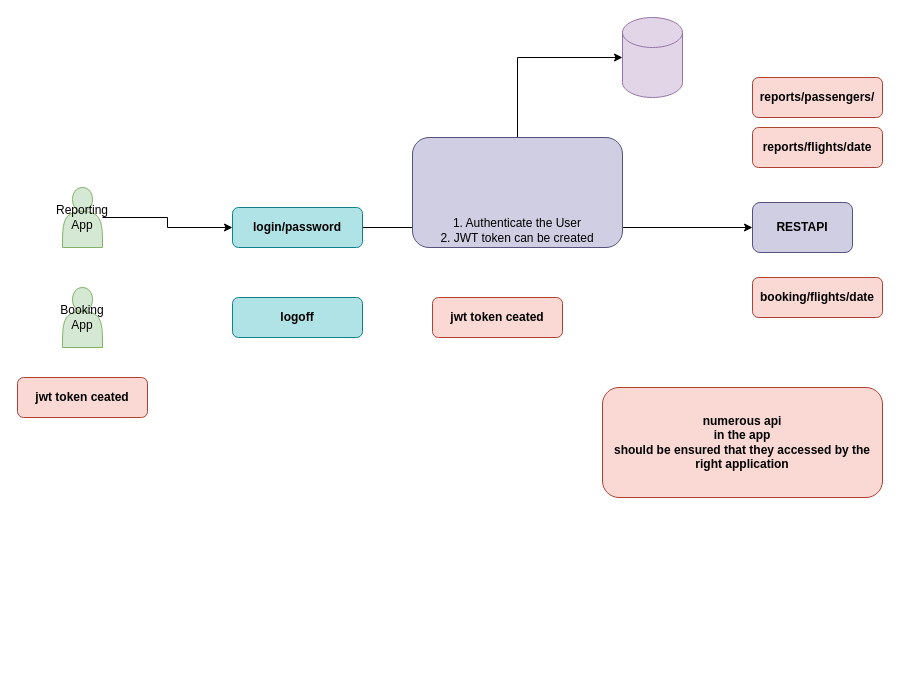
Earlier version of the draw.io diagram page "Authentication" (8 of 8) of ANGULAR/Angular.drawio (nathub071122/natGIT). Source tidied: cells renumbered, new cells numbered last; positions are measured from the earlier drawing's top-left corner, leaving out a move shared by most shapes. Both pictures are drawn from the tidied source at 100%, with x=0, y=0 at pixel (17, 17).
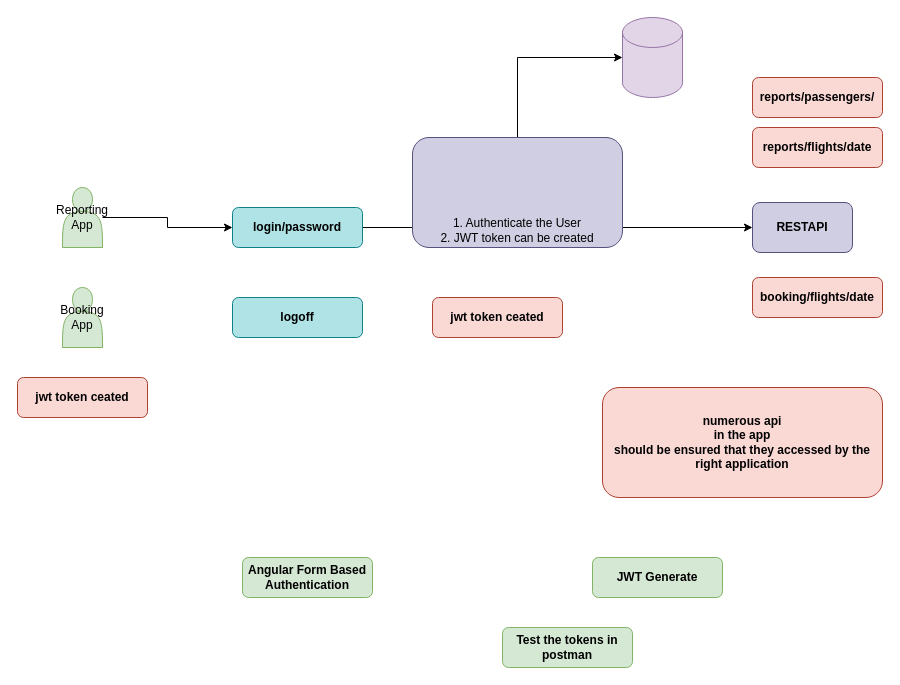
The same diagram, later.

What changed in the source:
```diff
@@
+    <mxCell id="18" value="Angular Form Based Authentication" style="rounded=1;whiteSpace=wrap;html=1;fillColor=#d5e8d4;strokeColor=#82b366;fontStyle=1;verticalAlign=middle;" parent="1" vertex="1">
+      <mxGeometry x="225" y="540" width="130" height="40" as="geometry" />
+    </mxCell>
+    <mxCell id="19" value="JWT Generate" style="rounded=1;whiteSpace=wrap;html=1;fillColor=#d5e8d4;strokeColor=#82b366;fontStyle=1;verticalAlign=middle;" parent="1" vertex="1">
+      <mxGeometry x="575" y="540" width="130" height="40" as="geometry" />
+    </mxCell>
+    <mxCell id="20" value="Test the tokens in postman" style="rounded=1;whiteSpace=wrap;html=1;fillColor=#d5e8d4;strokeColor=#82b366;fontStyle=1;verticalAlign=middle;" parent="1" vertex="1">
+      <mxGeometry x="485" y="610" width="130" height="40" as="geometry" />
+    </mxCell>
```
